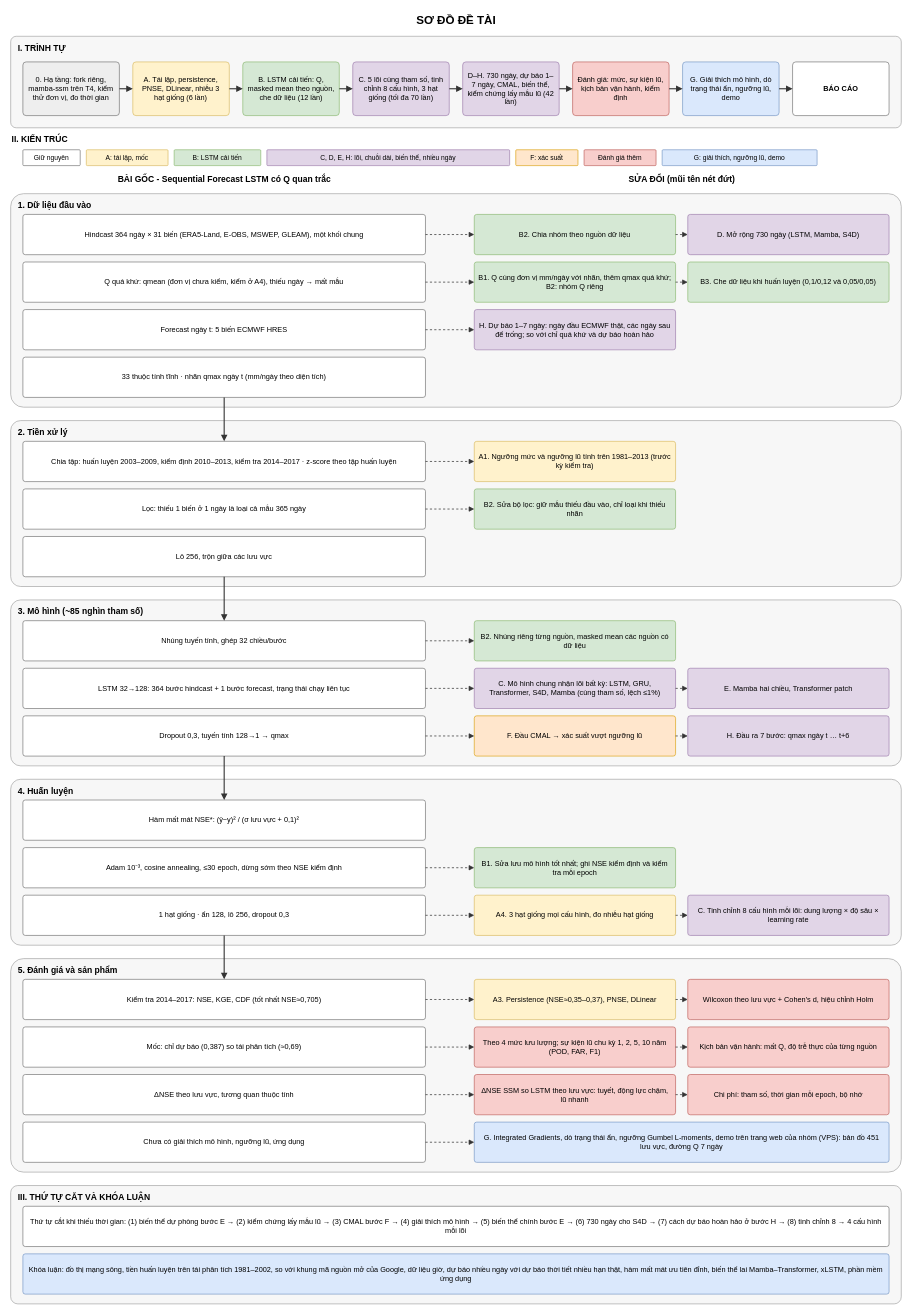
The draw.io diagram Diagrams/ProjectDiagram.drawio in Ticasslo/TieuLuanChuyenNganh, before the edit. Source tidied: cells renumbered, new cells numbered last; positions are measured from the earlier drawing's top-left corner, leaving out a move shared by most shapes. Both pictures are drawn from the tidied source at 61%, with x=0, y=0 at pixel (10, 10).
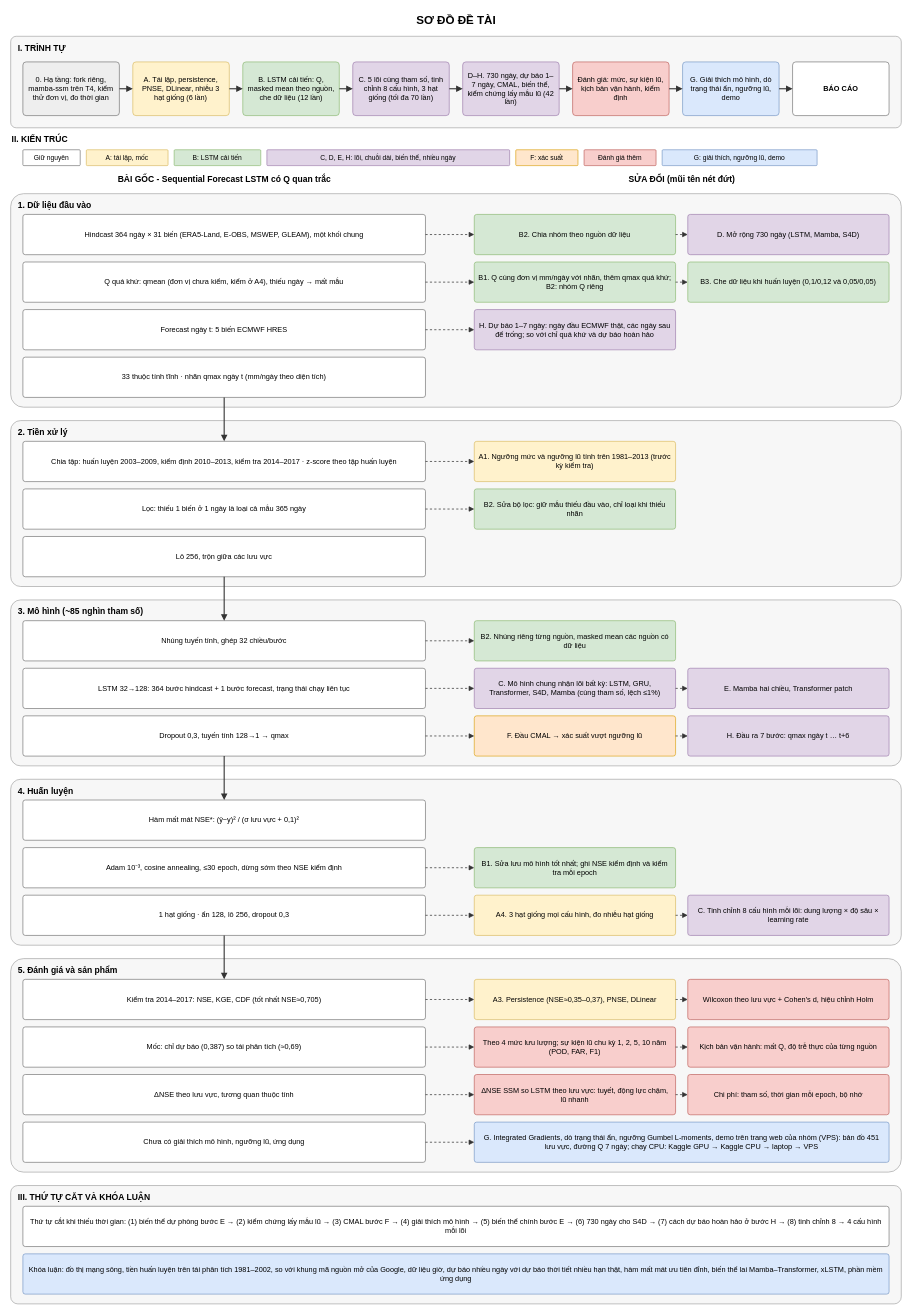
The same diagram, later.

Commit message (it also covers changes not shown here):
Ghi chú học BiasCast Phần 1; kế hoạch demo: huấn luyện GPU, demo chạy CPU qua 4 bước Kaggle GPU → Kaggle CPU → laptop → VPS (Mục 9.6)

The edit, as a diff of the source:
```diff
@@
-    <mxCell id="97" value="G. Integrated Gradients, dò trạng thái ẩn, ngưỡng Gumbel L-moments, demo trên trang web của nhóm (VPS): bản đồ 451 lưu vực, đường Q 7 ngày" style="rounded=1;arcSize=6;whiteSpace=wrap;html=1;fillColor=#dae8fc;strokeColor=#6c8ebf;fontSize=12;align=center;spacingLeft=6;spacingRight=6;" parent="1" vertex="1">
+    <mxCell id="97" value="G. Integrated Gradients, dò trạng thái ẩn, ngưỡng Gumbel L-moments, demo trên trang web của nhóm (VPS): bản đồ 451 lưu vực, đường Q 7 ngày; chạy CPU: Kaggle GPU → Kaggle CPU → laptop → VPS" style="rounded=1;arcSize=6;whiteSpace=wrap;html=1;fillColor=#dae8fc;strokeColor=#6c8ebf;fontSize=12;align=center;spacingLeft=6;spacingRight=6;" parent="1" vertex="1">
       <mxGeometry x="760" y="1822" width="680" height="66" as="geometry" />
     </mxCell>
```
